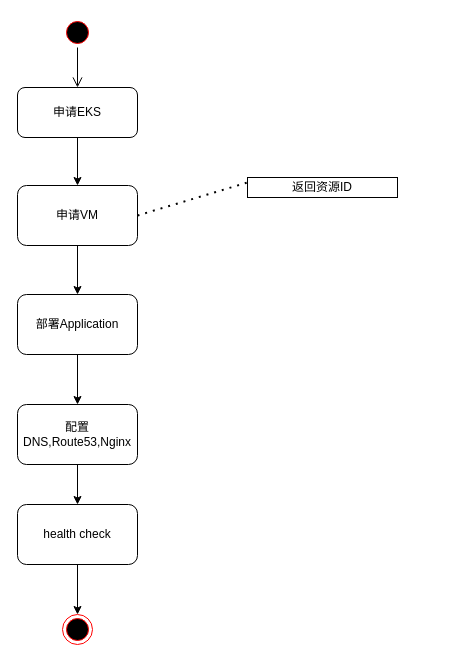
dosjia/chart keeps this draw.io diagram as flow.drawio. Above is the earlier version. Source tidied: cells renumbered, new cells numbered last; positions are measured from the earlier drawing's top-left corner, leaving out a move shared by most shapes. Both pictures are drawn from the tidied source at 100%, with x=0, y=0 at pixel (17, 17).
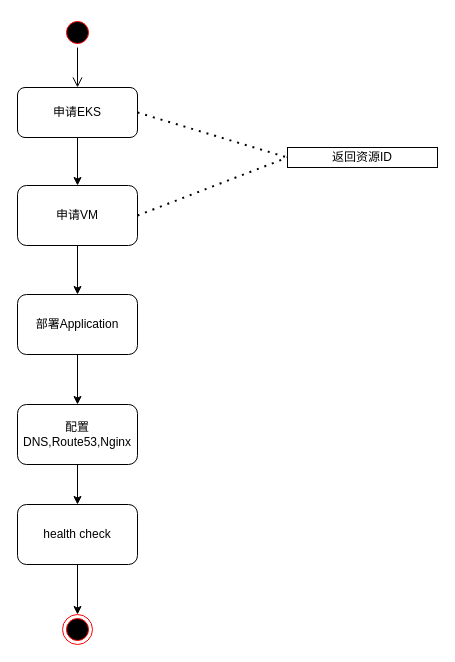
The same page after the edit.

What changed in the source:
```diff
@@
 <mxGraphModel>
   <root>
     <mxCell id="0" />
     <mxCell id="1" parent="0" />
     <mxCell id="2" style="ellipse;html=1;shape=startState;fillColor=#000000;strokeColor=#ff0000;" parent="1" vertex="1">
       <mxGeometry x="45" width="30" height="30" as="geometry" />
     </mxCell>
     <mxCell id="3" style="edgeStyle=orthogonalEdgeStyle;html=1;verticalAlign=bottom;endArrow=open;endSize=8;" parent="1" edge="1" source="2" target="5">
       <mxGeometry relative="1" as="geometry" />
     </mxCell>
     <mxCell id="4" style="edgeStyle=orthogonalEdgeStyle;rounded=0;jettySize=auto;html=1;" parent="1" edge="1" source="5" target="7">
       <mxGeometry relative="1" as="geometry" />
     </mxCell>
     <mxCell id="5" value="申请EKS" style="rounded=1;whiteSpace=wrap;html=1;" parent="1" vertex="1">
       <mxGeometry y="70" width="120" height="50" as="geometry" />
     </mxCell>
     <mxCell id="6" style="edgeStyle=orthogonalEdgeStyle;rounded=0;jettySize=auto;html=1;entryX=0.5;entryY=0;entryDx=0;entryDy=0;" parent="1" edge="1" source="7" target="11">
       <mxGeometry relative="1" as="geometry" />
     </mxCell>
     <mxCell id="7" value="&lt;div&gt;申请VM&lt;/div&gt;" style="whiteSpace=wrap;html=1;rounded=1;" parent="1" vertex="1">
       <mxGeometry y="168" width="120" height="60" as="geometry" />
     </mxCell>
     <mxCell id="8" style="edgeStyle=orthogonalEdgeStyle;rounded=0;jettySize=auto;html=1;entryX=0.5;entryY=0;entryDx=0;entryDy=0;exitX=0.5;exitY=1;exitDx=0;exitDy=0;" parent="1" edge="1" source="9" target="13">
       <mxGeometry relative="1" as="geometry" />
     </mxCell>
     <mxCell id="9" value="配置DNS,Route53,Nginx" style="whiteSpace=wrap;html=1;rounded=1;" parent="1" vertex="1">
       <mxGeometry y="387" width="120" height="60" as="geometry" />
     </mxCell>
     <mxCell id="10" style="edgeStyle=orthogonalEdgeStyle;rounded=0;jettySize=auto;html=1;" parent="1" edge="1" source="11" target="9">
       <mxGeometry relative="1" as="geometry" />
     </mxCell>
     <mxCell id="11" value="部署Application" style="whiteSpace=wrap;html=1;rounded=1;" parent="1" vertex="1">
       <mxGeometry y="277" width="120" height="60" as="geometry" />
     </mxCell>
     <mxCell id="12" style="edgeStyle=orthogonalEdgeStyle;rounded=0;jettySize=auto;html=1;exitX=0.5;exitY=1;exitDx=0;exitDy=0;entryX=0.5;entryY=0;entryDx=0;entryDy=0;" parent="1" edge="1" source="13" target="14">
       <mxGeometry relative="1" as="geometry" />
     </mxCell>
     <mxCell id="13" value="health check" style="whiteSpace=wrap;html=1;rounded=1;" parent="1" vertex="1">
       <mxGeometry y="487" width="120" height="60" as="geometry" />
     </mxCell>
     <mxCell id="14" style="ellipse;html=1;shape=endState;fillColor=#000000;strokeColor=#ff0000;" parent="1" vertex="1">
       <mxGeometry x="45" y="597" width="30" height="30" as="geometry" />
     </mxCell>
     <mxCell id="15" value="返回资源ID" style="text;html=1;align=center;verticalAlign=middle;whiteSpace=wrap;rounded=0;sketch=0;strokeColor=#000000;" parent="1" vertex="1">
-      <mxGeometry x="230" y="160" width="150" height="20" as="geometry" />
+      <mxGeometry x="270" y="130" width="150" height="20" as="geometry" />
     </mxCell>
-    <mxCell id="16" style="endArrow=none;dashed=1;html=1;dashPattern=1 3;strokeWidth=2;entryX=0;entryY=0.25;entryDx=0;entryDy=0;exitX=1;exitY=0.5;exitDx=0;exitDy=0;" parent="1" edge="1" source="7" target="15">
+    <mxCell id="16" style="endArrow=none;dashed=1;html=1;dashPattern=1 3;strokeWidth=2;entryX=0;entryY=0.5;entryDx=0;entryDy=0;exitX=1;exitY=0.5;exitDx=0;exitDy=0;" parent="1" edge="1" source="7" target="15">
       <mxGeometry relative="1" as="geometry" />
     </mxCell>
+    <mxCell id="17" style="endArrow=none;dashed=1;html=1;dashPattern=1 3;strokeWidth=2;entryX=0;entryY=0.5;entryDx=0;entryDy=0;exitX=1;exitY=0.5;exitDx=0;exitDy=0;" parent="1" edge="1" source="5" target="15">
+      <mxGeometry relative="1" as="geometry" />
+    </mxCell>
   </root>
 </mxGraphModel>
```
